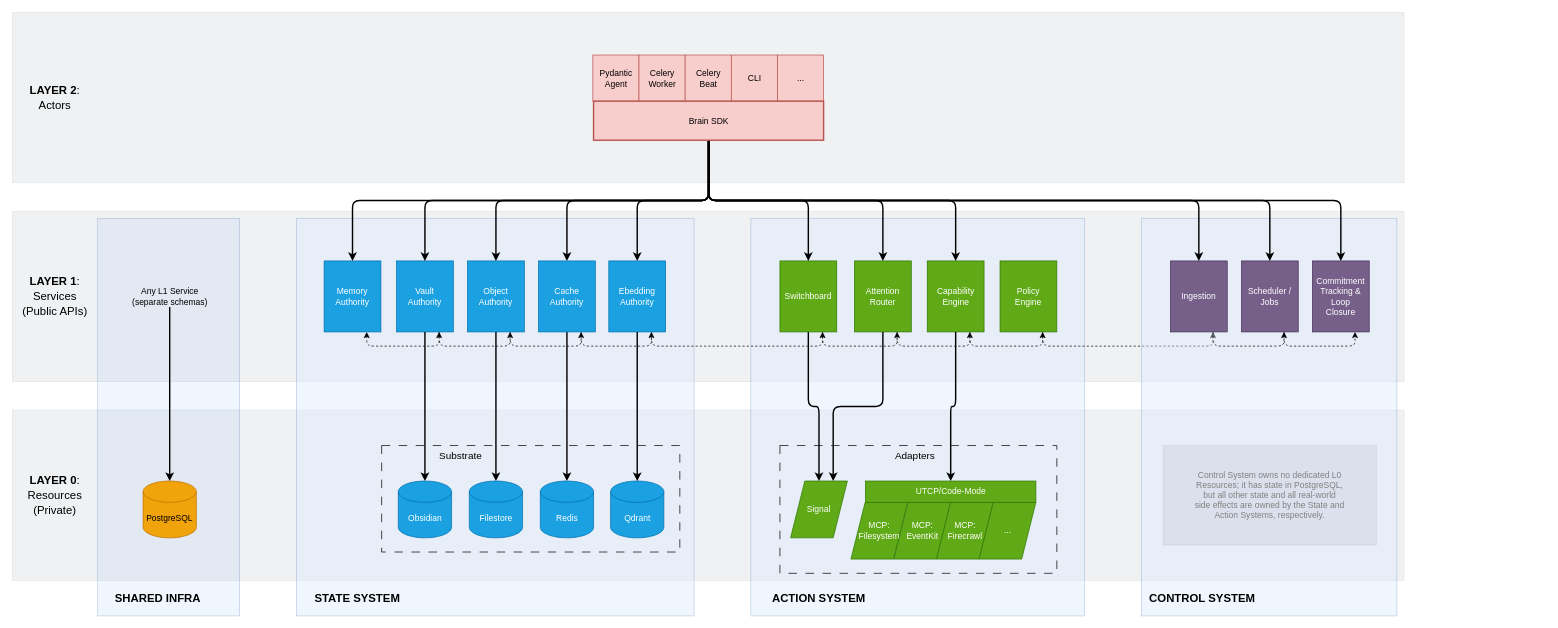
Above: page "boundaries-and-responsibilities" (4 of 4) of img/diagrams.drawio in cmtonkinson/brain (draw.io), before the change. Source tidied: cells renumbered, new cells numbered last; positions are measured from the earlier drawing's top-left corner, leaving out a move shared by most shapes. Both pictures are drawn from the tidied source at 71%, with x=0, y=0 at pixel (12, 12).
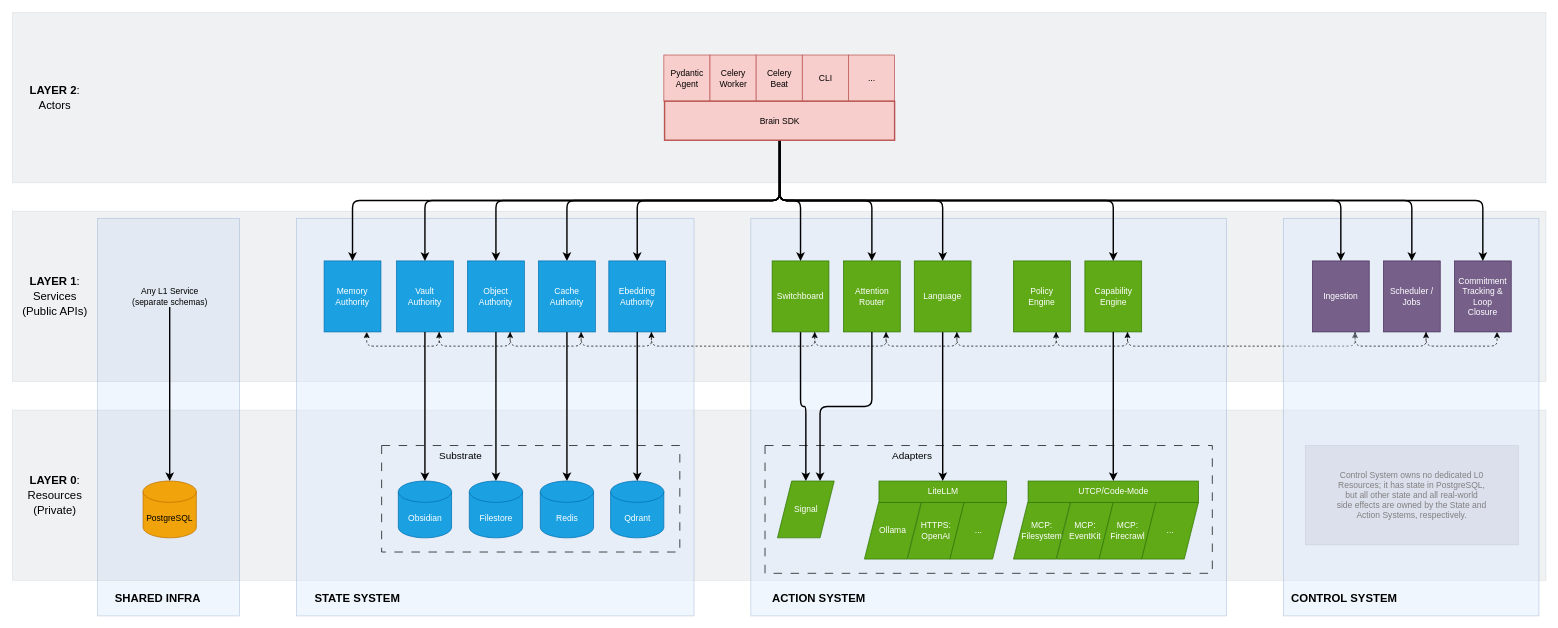
Above is the later version.

Unchanged cells that the change refers to:
```xml
<mxCell id="80" value="Ebedding&lt;div&gt;Authority&lt;/div&gt;" style="rounded=0;whiteSpace=wrap;html=1;fillColor=#1ba1e2;strokeColor=#006EAF;fontColor=#ffffff;" parent="1" vertex="1">
  <mxGeometry x="840" y="350" width="80" height="100" as="geometry" />
</mxCell>
```

Change to the diagram source:
```diff
@@
     <mxCell id="3" style="rounded=0;whiteSpace=wrap;html=1;fillColor=#647687;fontColor=#ffffff;strokeColor=#314354;opacity=10;" parent="1" vertex="1">
-      <mxGeometry width="1960" height="240" as="geometry" />
+      <mxGeometry width="2160" height="240" as="geometry" />
     </mxCell>
     <mxCell id="4" style="rounded=0;whiteSpace=wrap;html=1;fillColor=#647687;fontColor=#ffffff;strokeColor=#314354;opacity=10;" parent="1" vertex="1">
-      <mxGeometry y="280" width="1960" height="240" as="geometry" />
+      <mxGeometry y="280" width="2160" height="240" as="geometry" />
     </mxCell>
     <mxCell id="5" style="rounded=0;whiteSpace=wrap;html=1;fillColor=#647687;fontColor=#ffffff;strokeColor=#314354;opacity=10;" parent="1" vertex="1">
-      <mxGeometry y="560" width="1960" height="240" as="geometry" />
+      <mxGeometry y="560" width="2160" height="240" as="geometry" />
     </mxCell>
@@
     <mxCell id="7" style="rounded=0;whiteSpace=wrap;html=1;fillColor=#dae8fc;strokeColor=#6c8ebf;opacity=40;" parent="1" vertex="1">
-      <mxGeometry x="1040" y="290" width="470" height="560" as="geometry" />
+      <mxGeometry x="1040" y="290" width="670" height="560" as="geometry" />
     </mxCell>
@@
-    <mxCell id="17" style="edgeStyle=orthogonalEdgeStyle;rounded=1;jettySize=auto;html=1;entryX=0.75;entryY=1;entryDx=0;entryDy=0;exitX=0.75;exitY=1;exitDx=0;exitDy=0;dashed=1;curved=0;" parent="1" edge="1" source="18" target="31">
+    <mxCell id="17" style="edgeStyle=orthogonalEdgeStyle;rounded=1;jettySize=auto;html=1;entryX=0.75;entryY=1;entryDx=0;entryDy=0;exitX=0.75;exitY=1;exitDx=0;exitDy=0;dashed=1;curved=0;" parent="1" edge="1" source="20" target="31">
       <mxGeometry relative="1" as="geometry" />
     </mxCell>
+    <mxCell id="83" style="edgeStyle=orthogonalEdgeStyle;rounded=1;jettySize=auto;html=1;entryX=0.75;entryY=1;entryDx=0;entryDy=0;dashed=1;curved=0;exitX=0.75;exitY=1;exitDx=0;exitDy=0;" parent="1" edge="1" source="18" target="20">
+      <mxGeometry relative="1" as="geometry" />
+    </mxCell>
     <mxCell id="18" value="Policy&lt;br&gt;Engine" style="rounded=0;whiteSpace=wrap;html=1;fillColor=#60a917;strokeColor=#2D7600;fontColor=#ffffff;" parent="1" vertex="1">
-      <mxGeometry x="1391" y="350" width="80" height="100" as="geometry" />
+      <mxGeometry x="1410" y="350" width="80" height="100" as="geometry" />
     </mxCell>
-    <mxCell id="19" style="edgeStyle=orthogonalEdgeStyle;rounded=1;jettySize=auto;html=1;entryX=0.75;entryY=1;entryDx=0;entryDy=0;curved=0;dashed=1;exitX=0.75;exitY=1;exitDx=0;exitDy=0;" parent="1" edge="1" source="20" target="18">
-      <mxGeometry relative="1" as="geometry" />
-    </mxCell>
     <mxCell id="20" value="Capability&lt;div&gt;Engine&lt;/div&gt;" style="rounded=0;whiteSpace=wrap;html=1;fillColor=#60a917;strokeColor=#2D7600;fontColor=#ffffff;" parent="1" vertex="1">
-      <mxGeometry x="1288.5" y="350" width="80" height="100" as="geometry" />
+      <mxGeometry x="1510.5" y="350" width="80" height="100" as="geometry" />
     </mxCell>
-    <mxCell id="21" style="edgeStyle=orthogonalEdgeStyle;rounded=1;jettySize=auto;html=1;entryX=0.75;entryY=1;entryDx=0;entryDy=0;exitX=0.75;exitY=1;exitDx=0;exitDy=0;dashed=1;curved=0;" parent="1" edge="1" source="22" target="20">
-      <mxGeometry relative="1" as="geometry" />
-    </mxCell>
+    <mxCell id="84" style="edgeStyle=orthogonalEdgeStyle;rounded=1;jettySize=auto;html=1;entryX=0.75;entryY=1;entryDx=0;entryDy=0;dashed=1;curved=0;exitX=0.75;exitY=1;exitDx=0;exitDy=0;" parent="1" edge="1" source="22" target="88">
+      <mxGeometry relative="1" as="geometry" />
+    </mxCell>
     <mxCell id="22" value="Attention&lt;br&gt;Router" style="rounded=0;whiteSpace=wrap;html=1;fillColor=#60a917;strokeColor=#2D7600;fontColor=#ffffff;" parent="1" vertex="1">
-      <mxGeometry x="1186" y="350" width="80" height="100" as="geometry" />
+      <mxGeometry x="1170.5" y="350" width="80" height="100" as="geometry" />
     </mxCell>
@@
     <mxCell id="26" style="rounded=0;whiteSpace=wrap;html=1;fillColor=#dae8fc;strokeColor=#6c8ebf;opacity=40;" parent="1" vertex="1">
-      <mxGeometry x="1590" y="290" width="360" height="560" as="geometry" />
+      <mxGeometry x="1790" y="290" width="360" height="560" as="geometry" />
     </mxCell>
     <mxCell id="27" value="Commitment&lt;br&gt;Tracking &amp;amp;&lt;br&gt;Loop&lt;br&gt;Closure" style="rounded=0;whiteSpace=wrap;html=1;fillColor=#76608a;strokeColor=#432D57;fontColor=#ffffff;" parent="1" vertex="1">
-      <mxGeometry x="1831" y="350" width="80" height="100" as="geometry" />
+      <mxGeometry x="2031" y="350" width="80" height="100" as="geometry" />
     </mxCell>
@@
     <mxCell id="29" value="Scheduler /&lt;br&gt;Jobs" style="rounded=0;whiteSpace=wrap;html=1;fillColor=#76608a;strokeColor=#432D57;fontColor=#ffffff;" parent="1" vertex="1">
-      <mxGeometry x="1731" y="350" width="80" height="100" as="geometry" />
+      <mxGeometry x="1931" y="350" width="80" height="100" as="geometry" />
     </mxCell>
@@
     <mxCell id="31" value="Ingestion" style="rounded=0;whiteSpace=wrap;html=1;fillColor=#76608a;strokeColor=#432D57;fontColor=#ffffff;" parent="1" vertex="1">
-      <mxGeometry x="1631" y="350" width="80" height="100" as="geometry" />
+      <mxGeometry x="1831" y="350" width="80" height="100" as="geometry" />
     </mxCell>
     <mxCell id="32" value="&lt;font style=&quot;color: rgb(128, 128, 128);&quot;&gt;Control System owns no dedicated&amp;nbsp;&lt;/font&gt;&lt;span style=&quot;color: rgb(128, 128, 128); background-color: transparent;&quot;&gt;L0&lt;/span&gt;&lt;div&gt;&lt;span style=&quot;background-color: transparent; color: rgb(128, 128, 128);&quot;&gt;Resources; it has state in PostgreSQL,&lt;/span&gt;&lt;/div&gt;&lt;div&gt;&lt;span style=&quot;background-color: transparent; color: rgb(128, 128, 128);&quot;&gt;but all other state and all&amp;nbsp;&lt;/span&gt;&lt;span style=&quot;background-color: transparent; color: rgb(128, 128, 128);&quot;&gt;real-world&lt;/span&gt;&lt;/div&gt;&lt;div&gt;&lt;span style=&quot;background-color: transparent; color: rgb(128, 128, 128);&quot;&gt;side effects are owned by the State and&lt;/span&gt;&lt;/div&gt;&lt;div&gt;&lt;span style=&quot;background-color: transparent; color: rgb(128, 128, 128);&quot;&gt;Action Systems, respectively.&lt;/span&gt;&lt;/div&gt;" style="rounded=0;whiteSpace=wrap;html=1;fillColor=#76608a;strokeColor=#432D57;opacity=10;fontColor=#ffffff;" parent="1" vertex="1">
-      <mxGeometry x="1621" y="610" width="300" height="140" as="geometry" />
+      <mxGeometry x="1821" y="610" width="300" height="140" as="geometry" />
     </mxCell>
@@
     <mxCell id="35" value="&lt;h2&gt;&lt;span style=&quot;&quot;&gt;&lt;font style=&quot;font-size: 16px;&quot;&gt;CONTROL&lt;/font&gt;&lt;font style=&quot;font-size: 16px;&quot;&gt; SYSTEM&lt;/font&gt;&lt;/span&gt;&lt;/h2&gt;" style="text;html=1;whiteSpace=wrap;strokeColor=none;fillColor=none;align=center;verticalAlign=middle;rounded=0;fontStyle=1;" parent="1" vertex="1">
-      <mxGeometry x="1591" y="810" width="170" height="30" as="geometry" />
+      <mxGeometry x="1791" y="810" width="170" height="30" as="geometry" />
     </mxCell>
@@
     <mxCell id="51" style="rounded=0;whiteSpace=wrap;html=1;fillColor=none;dashed=1;dashPattern=12 12;" parent="1" vertex="1">
-      <mxGeometry x="1081" y="610" width="390" height="180" as="geometry" />
+      <mxGeometry x="1060" y="610" width="630" height="180" as="geometry" />
     </mxCell>
     <mxCell id="52" value="&lt;h3&gt;&lt;span style=&quot;font-weight: normal;&quot;&gt;Adapters&lt;/span&gt;&lt;/h3&gt;" style="text;html=1;whiteSpace=wrap;strokeColor=none;fillColor=none;align=center;verticalAlign=middle;rounded=0;" parent="1" vertex="1">
-      <mxGeometry x="1233.5" y="610" width="75" height="30" as="geometry" />
+      <mxGeometry x="1230.2" y="610" width="75" height="30" as="geometry" />
     </mxCell>
@@
     <mxCell id="54" value="Signal" style="shape=parallelogram;perimeter=parallelogramPerimeter;whiteSpace=wrap;html=1;fixedSize=1;fillColor=#60a917;strokeColor=#2D7600;fontColor=#ffffff;" parent="1" vertex="1">
-      <mxGeometry x="1096" y="660" width="80" height="80" as="geometry" />
+      <mxGeometry x="1077.5" y="660" width="80" height="80" as="geometry" />
     </mxCell>
-    <mxCell id="55" style="edgeStyle=orthogonalEdgeStyle;rounded=1;jettySize=auto;html=1;entryX=0.75;entryY=1;entryDx=0;entryDy=0;exitX=0.75;exitY=1;exitDx=0;exitDy=0;dashed=1;curved=0;" parent="1" edge="1" source="56" target="22">
+    <mxCell id="55" style="edgeStyle=orthogonalEdgeStyle;rounded=1;jettySize=auto;html=1;entryX=0.75;entryY=1;entryDx=0;entryDy=0;dashed=1;curved=0;exitX=0.75;exitY=1;exitDx=0;exitDy=0;" parent="1" edge="1" source="56" target="22">
       <mxGeometry relative="1" as="geometry" />
     </mxCell>
     <mxCell id="56" value="Switchboard" style="rounded=0;whiteSpace=wrap;html=1;fillColor=#60a917;strokeColor=#2D7600;fontColor=#ffffff;" parent="1" vertex="1">
-      <mxGeometry x="1081" y="350" width="80" height="100" as="geometry" />
+      <mxGeometry x="1070" y="350" width="80" height="100" as="geometry" />
     </mxCell>
@@
     <mxCell id="58" style="group;" parent="1" vertex="1">
-      <mxGeometry x="1181" y="660" width="260.5" height="110" as="geometry" />
+      <mxGeometry x="1410" y="660" width="260.5" height="110" as="geometry" />
     </mxCell>
@@
     <mxCell id="65" value="Pydantic&lt;br&gt;Agent" style="rounded=0;whiteSpace=wrap;html=1;fillColor=#f8cecc;strokeColor=#b85450;" parent="1" vertex="1">
-      <mxGeometry x="817.5" y="60" width="65" height="65" as="geometry" />
+      <mxGeometry x="917.5" y="60" width="65" height="65" as="geometry" />
     </mxCell>
     <mxCell id="66" value="Celery&lt;div&gt;Worker&lt;/div&gt;" style="rounded=0;whiteSpace=wrap;html=1;fillColor=#f8cecc;strokeColor=#b85450;" parent="1" vertex="1">
-      <mxGeometry x="882.5" y="60" width="65" height="65" as="geometry" />
+      <mxGeometry x="982.5" y="60" width="65" height="65" as="geometry" />
     </mxCell>
     <mxCell id="67" value="Celery&lt;br&gt;Beat" style="rounded=0;whiteSpace=wrap;html=1;fillColor=#f8cecc;strokeColor=#b85450;" parent="1" vertex="1">
-      <mxGeometry x="947.5" y="60" width="65" height="65" as="geometry" />
+      <mxGeometry x="1047.5" y="60" width="65" height="65" as="geometry" />
     </mxCell>
     <mxCell id="68" value="&lt;div&gt;CLI&lt;/div&gt;" style="rounded=0;whiteSpace=wrap;html=1;fillColor=#f8cecc;strokeColor=#b85450;" parent="1" vertex="1">
-      <mxGeometry x="1012.5" y="60" width="65" height="65" as="geometry" />
+      <mxGeometry x="1112.5" y="60" width="65" height="65" as="geometry" />
     </mxCell>
     <mxCell id="69" value="..." style="rounded=0;whiteSpace=wrap;html=1;fillColor=#f8cecc;strokeColor=#b85450;" parent="1" vertex="1">
-      <mxGeometry x="1077.5" y="60" width="65" height="65" as="geometry" />
+      <mxGeometry x="1177.5" y="60" width="65" height="65" as="geometry" />
     </mxCell>
@@
+    <mxCell id="85" style="edgeStyle=orthogonalEdgeStyle;rounded=1;jettySize=auto;html=1;exitX=0.5;exitY=1;exitDx=0;exitDy=0;strokeWidth=2;curved=0;" parent="1" edge="1" source="72" target="88">
+      <mxGeometry relative="1" as="geometry" />
+    </mxCell>
     <mxCell id="72" value="Brain SDK" style="rounded=0;whiteSpace=wrap;html=1;fillStyle=solid;fillColor=#f8cecc;strokeColor=#b85450;gradientColor=none;gradientDirection=radial;strokeWidth=2;" parent="1" vertex="1">
-      <mxGeometry x="818.5" y="125" width="324" height="55" as="geometry" />
+      <mxGeometry x="918.5" y="125" width="324" height="55" as="geometry" />
     </mxCell>
@@
-    <mxCell id="79" style="edgeStyle=orthogonalEdgeStyle;rounded=1;jettySize=auto;html=1;entryX=0.75;entryY=1;entryDx=0;entryDy=0;curved=0;dashed=1;exitX=0.75;exitY=1;exitDx=0;exitDy=0;" parent="1" edge="1" source="80" target="56">
-      <mxGeometry relative="1" as="geometry" />
-    </mxCell>
@@
+    <mxCell id="86" style="edgeStyle=orthogonalEdgeStyle;rounded=1;jettySize=auto;html=1;strokeWidth=2;curved=0;" parent="1" edge="1" source="88" target="94">
+      <mxGeometry relative="1" as="geometry" />
+    </mxCell>
+    <mxCell id="87" style="edgeStyle=orthogonalEdgeStyle;rounded=1;jettySize=auto;html=1;entryX=0.75;entryY=1;entryDx=0;entryDy=0;dashed=1;curved=0;exitX=0.75;exitY=1;exitDx=0;exitDy=0;" parent="1" edge="1" source="88" target="18">
+      <mxGeometry relative="1" as="geometry" />
+    </mxCell>
+    <mxCell id="88" value="Language" style="rounded=0;whiteSpace=wrap;html=1;fillColor=#60a917;strokeColor=#2D7600;fontColor=#ffffff;" parent="1" vertex="1">
+      <mxGeometry x="1270.2" y="350" width="80" height="100" as="geometry" />
+    </mxCell>
+    <mxCell id="89" style="group;" parent="1" vertex="1">
+      <mxGeometry x="1040" y="660" width="260.5" height="110" as="geometry" />
+    </mxCell>
+    <mxCell id="90" style="group;" parent="89" vertex="1">
+      <mxGeometry width="260.5" height="110" as="geometry" />
+    </mxCell>
+    <mxCell id="91" value="Ollama" style="shape=parallelogram;perimeter=parallelogramPerimeter;whiteSpace=wrap;html=1;fixedSize=1;fillColor=#60a917;strokeColor=#2D7600;fontColor=#ffffff;" parent="90" vertex="1">
+      <mxGeometry x="160" y="30" width="80" height="80" as="geometry" />
+    </mxCell>
+    <mxCell id="92" value="HTTPS:&lt;br&gt;OpenAI" style="shape=parallelogram;perimeter=parallelogramPerimeter;whiteSpace=wrap;html=1;fixedSize=1;fillColor=#60a917;strokeColor=#2D7600;fontColor=#ffffff;" parent="90" vertex="1">
+      <mxGeometry x="220.5" y="30" width="80" height="80" as="geometry" />
+    </mxCell>
+    <mxCell id="93" value="..." style="shape=parallelogram;perimeter=parallelogramPerimeter;whiteSpace=wrap;html=1;fixedSize=1;fillColor=#60a917;strokeColor=#2D7600;fontColor=#ffffff;" parent="90" vertex="1">
+      <mxGeometry x="280.5" y="30" width="80" height="80" as="geometry" />
+    </mxCell>
+    <mxCell id="94" value="LiteLLM" style="rounded=0;whiteSpace=wrap;html=1;fillColor=#60a917;fontColor=#ffffff;strokeColor=#2D7600;" parent="90" vertex="1">
+      <mxGeometry x="180.5" width="179.5" height="30" as="geometry" />
+    </mxCell>
+    <mxCell id="79" style="edgeStyle=orthogonalEdgeStyle;rounded=1;jettySize=auto;html=1;entryX=0.75;entryY=1;entryDx=0;entryDy=0;dashed=1;curved=0;exitX=0.75;exitY=1;exitDx=0;exitDy=0;" parent="1" edge="1" source="80" target="56">
+      <mxGeometry relative="1" as="geometry" />
+    </mxCell>
```
